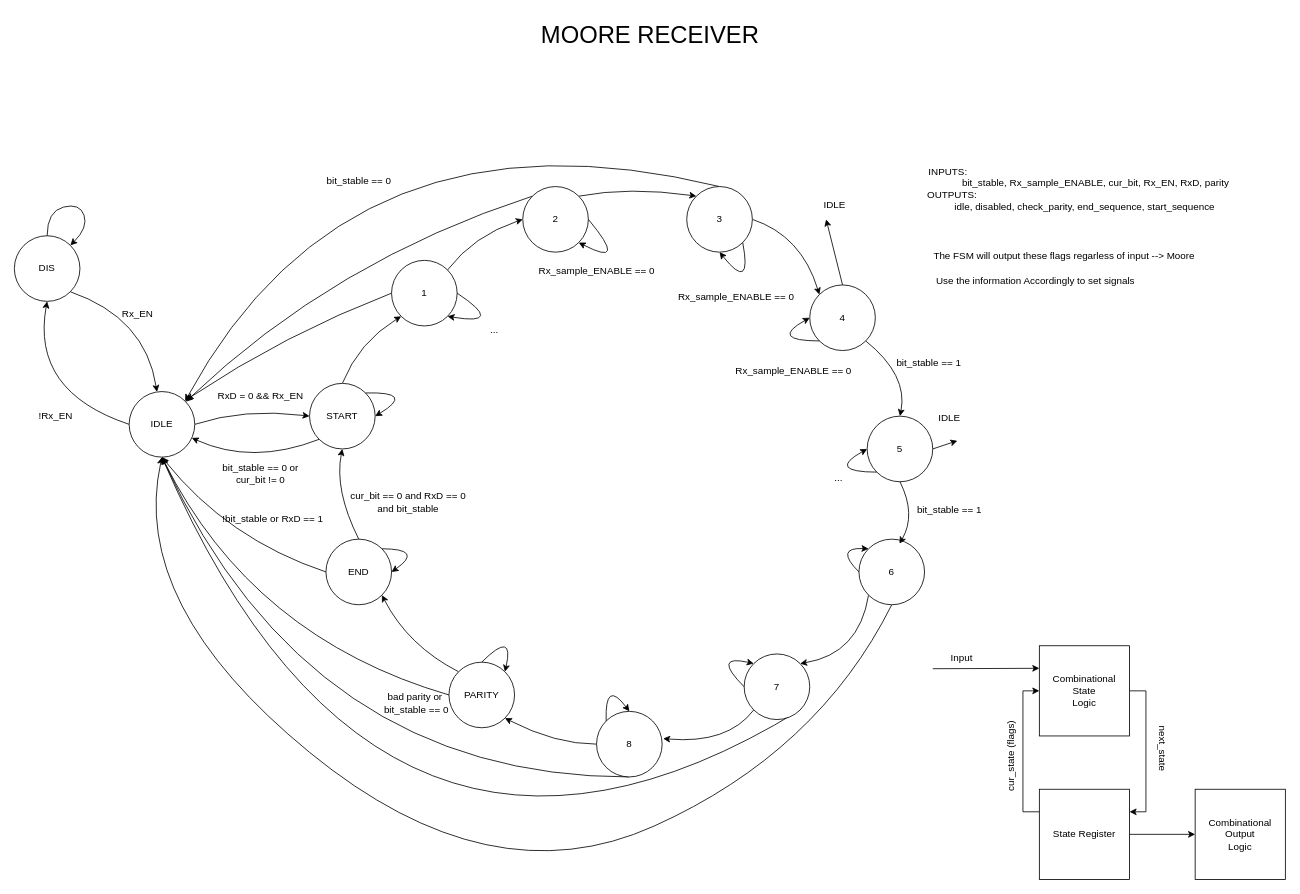
Before: Lab2/Dataflow/Receiver.drawio in PANAGIVTHS/Vivado-Projects, a draw.io diagram. Source tidied: cells renumbered, new cells numbered last; positions are measured from the earlier drawing's top-left corner, leaving out a move shared by most shapes. Both pictures are drawn from the tidied source at 82%, with x=0, y=0 at pixel (14, 14).
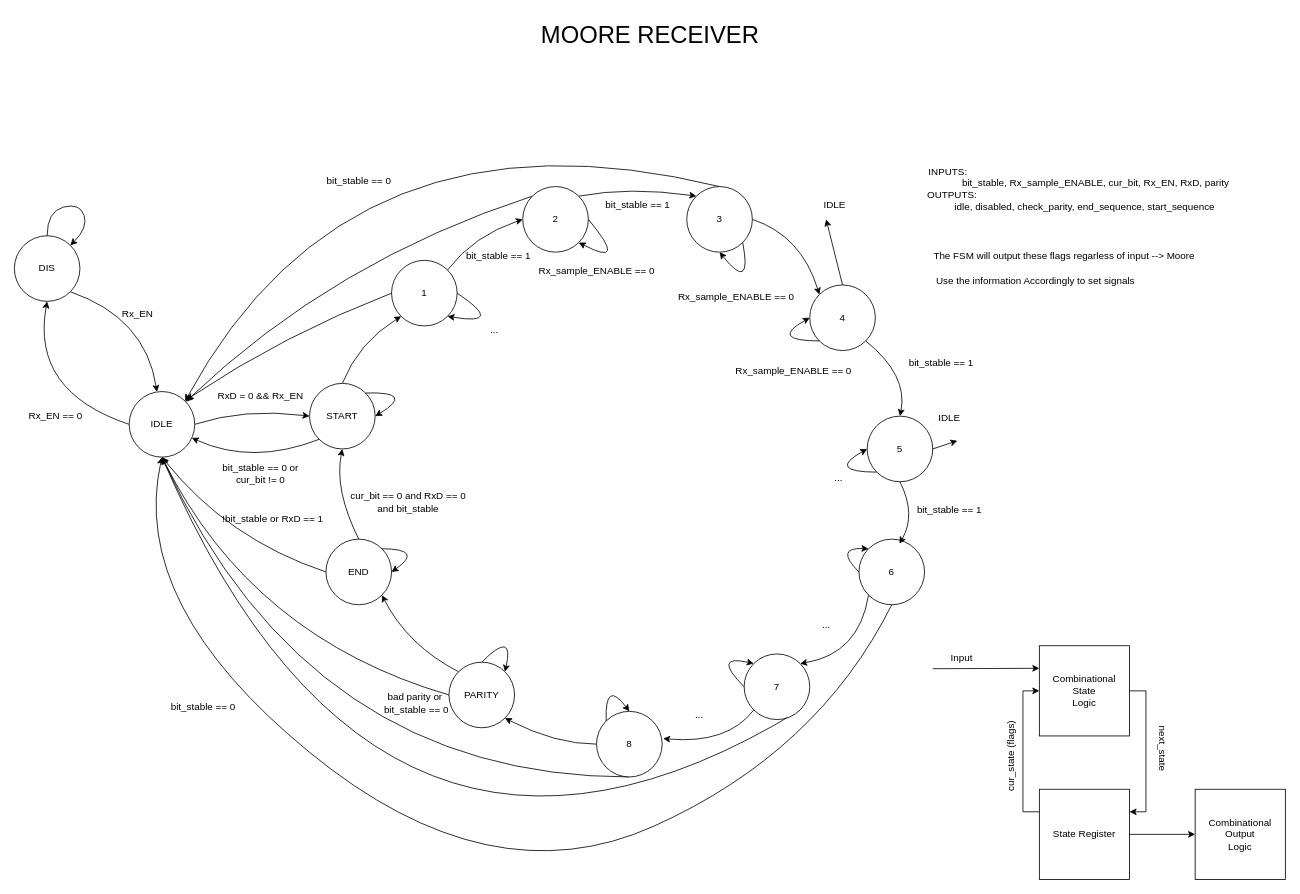
After the change.

What changed in the source:
```diff
@@
     <mxCell id="60" value="bit_stable == 1" style="text;html=1;align=center;verticalAlign=middle;strokeColor=none;fillColor=none;" parent="1" vertex="1">
-      <mxGeometry x="1065" y="410" width="100" height="30" as="geometry" />
+      <mxGeometry x="1080" y="410" width="100" height="30" as="geometry" />
     </mxCell>
@@
-    <mxCell id="69" value="!Rx_EN" style="text;html=1;align=center;verticalAlign=middle;strokeColor=none;fillColor=none;" parent="1" vertex="1">
-      <mxGeometry x="20" y="475" width="60" height="30" as="geometry" />
+    <mxCell id="69" value="Rx_EN == 0" style="text;html=1;align=center;verticalAlign=middle;strokeColor=none;fillColor=none;" parent="1" vertex="1">
+      <mxGeometry x="5" y="475" width="90" height="30" as="geometry" />
     </mxCell>
@@
+    <mxCell id="84" value="bit_stable == 1" style="text;html=1;align=center;verticalAlign=middle;strokeColor=none;fillColor=none;" parent="1" vertex="1">
+      <mxGeometry x="540" y="280" width="100" height="30" as="geometry" />
+    </mxCell>
+    <mxCell id="85" value="bit_stable == 1" style="text;html=1;align=center;verticalAlign=middle;strokeColor=none;fillColor=none;" parent="1" vertex="1">
+      <mxGeometry x="710" y="218" width="100" height="30" as="geometry" />
+    </mxCell>
+    <mxCell id="86" value="bit_stable == 0" style="text;html=1;align=center;verticalAlign=middle;strokeColor=none;fillColor=none;" parent="1" vertex="1">
+      <mxGeometry x="180" y="830" width="100" height="30" as="geometry" />
+    </mxCell>
+    <mxCell id="87" value="..." style="text;html=1;align=center;verticalAlign=middle;strokeColor=none;fillColor=none;" parent="1" vertex="1">
+      <mxGeometry x="975" y="730" width="30" height="30" as="geometry" />
+    </mxCell>
+    <mxCell id="88" value="..." style="text;html=1;align=center;verticalAlign=middle;strokeColor=none;fillColor=none;" parent="1" vertex="1">
+      <mxGeometry x="820" y="840" width="30" height="30" as="geometry" />
+    </mxCell>
```
